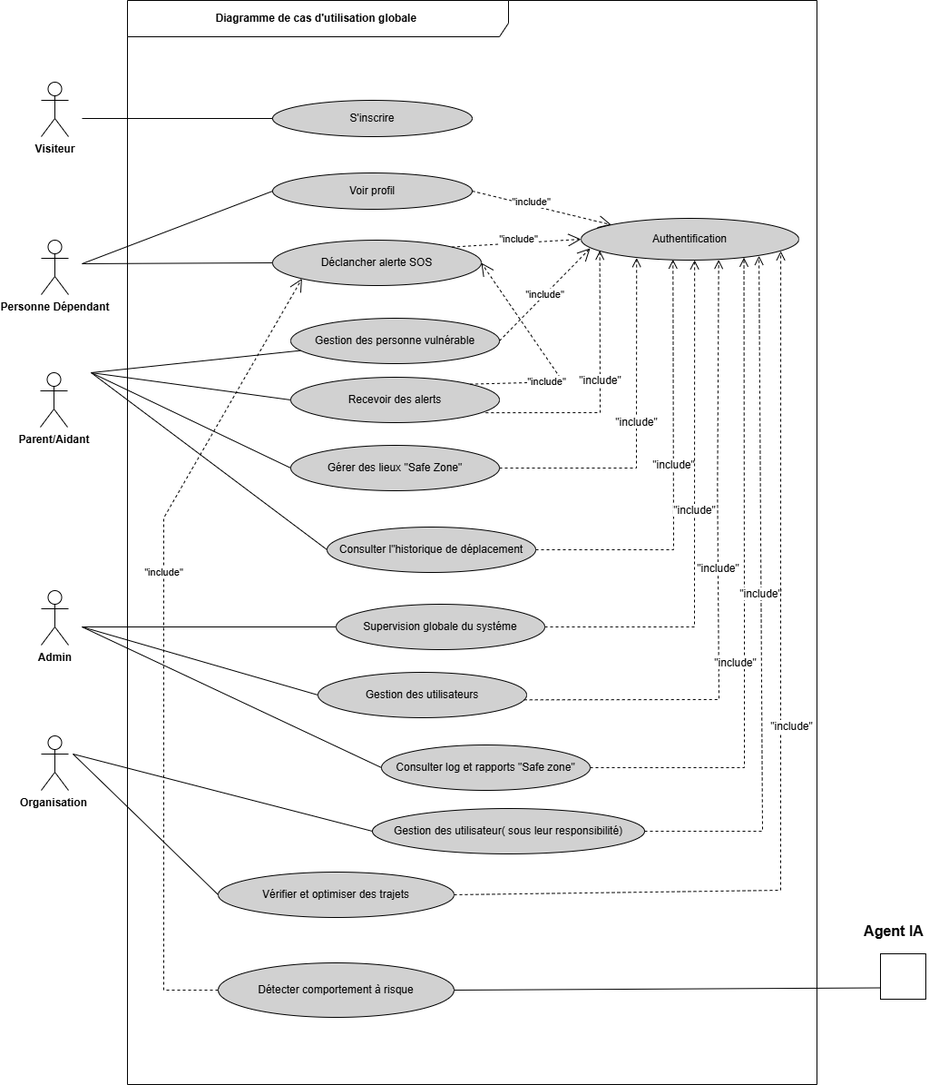
Hadil-fk/SafeTrack-rapport keeps this draw.io diagram as images/uc globale finale.png. Above is the earlier version. Source tidied: cells renumbered, new cells last; positions are measured from the earlier drawing's top-left corner, leaving out a move shared by most shapes.
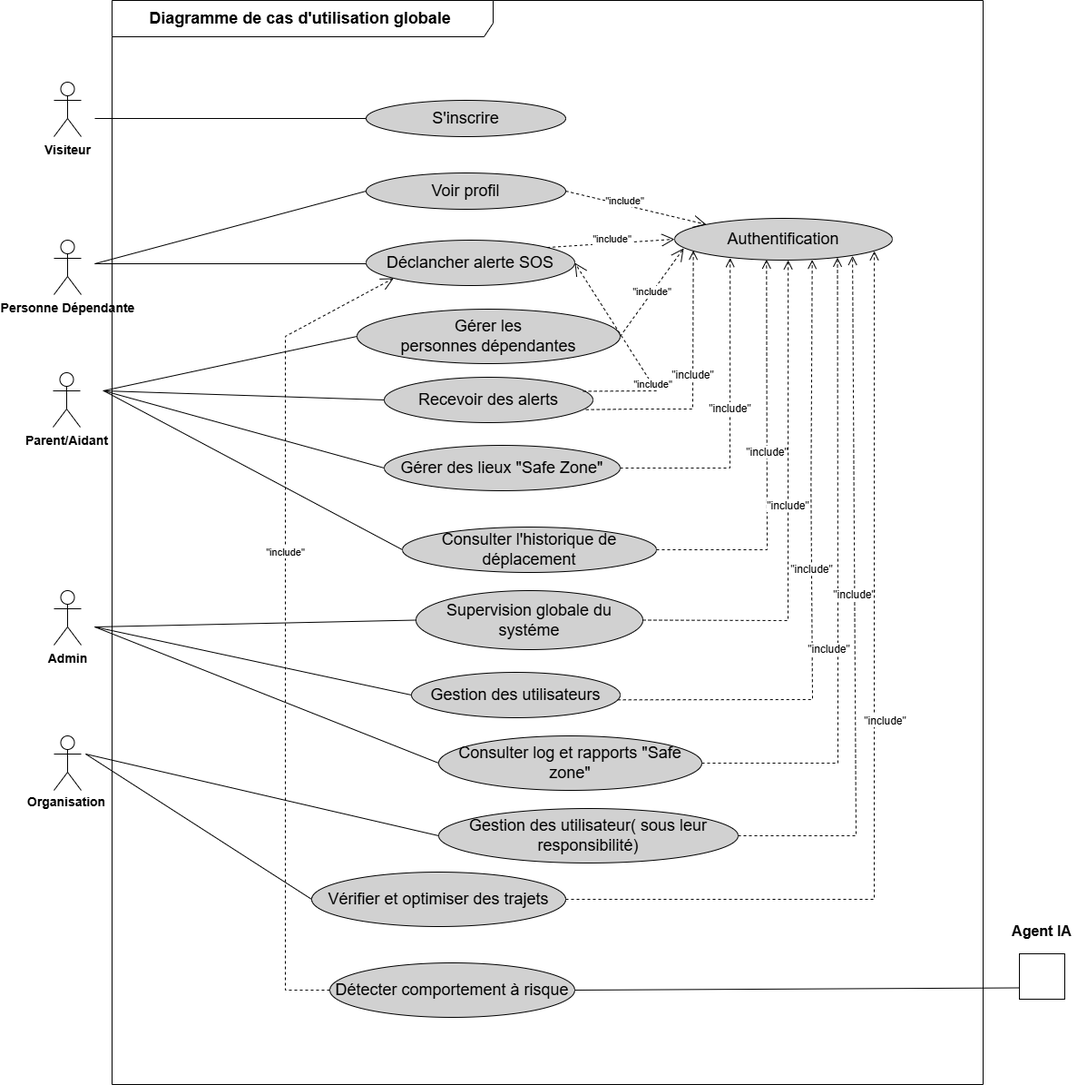
Later version of the same file.

Change to the diagram source:
```diff
@@ -4,19 +4,19 @@
     <mxCell id="1" parent="0" />
-    <mxCell id="2" value="&lt;b&gt;Diagramme de cas d'utilisation globale&amp;nbsp;&lt;/b&gt;" style="shape=umlFrame;whiteSpace=wrap;html=1;width=420;height=40;" parent="1" vertex="1">
-      <mxGeometry x="111" width="760" height="1194" as="geometry" />
+    <mxCell id="2" value="&lt;b&gt;&lt;font style=&quot;font-size: 18px;&quot;&gt;Diagramme de cas d'utilisation globale&amp;nbsp;&lt;/font&gt;&lt;/b&gt;" style="shape=umlFrame;whiteSpace=wrap;html=1;width=420;height=40;" parent="1" vertex="1">
+      <mxGeometry x="111" width="960" height="1194" as="geometry" />
     </mxCell>
-    <mxCell id="3" value="&lt;b&gt;Personne Dépendant&lt;/b&gt;" style="shape=umlActor;verticalLabelPosition=bottom;verticalAlign=top;html=1;" parent="1" vertex="1">
-      <mxGeometry x="16" y="264" width="30" height="60" as="geometry" />
+    <mxCell id="3" value="&lt;b&gt;&lt;font style=&quot;font-size: 14px;&quot;&gt;Personne Dépendante&lt;/font&gt;&lt;/b&gt;" style="shape=umlActor;verticalLabelPosition=bottom;verticalAlign=top;html=1;" parent="1" vertex="1">
+      <mxGeometry x="47" y="264" width="30" height="60" as="geometry" />
     </mxCell>
-    <mxCell id="4" value="&lt;b&gt;Parent/Aidant&lt;/b&gt;" style="shape=umlActor;verticalLabelPosition=bottom;verticalAlign=top;html=1;" parent="1" vertex="1">
-      <mxGeometry x="15" y="410" width="30" height="60" as="geometry" />
+    <mxCell id="4" value="&lt;b&gt;&lt;font style=&quot;font-size: 14px;&quot;&gt;Parent/Aidant&lt;/font&gt;&lt;/b&gt;" style="shape=umlActor;verticalLabelPosition=bottom;verticalAlign=top;html=1;" parent="1" vertex="1">
+      <mxGeometry x="46" y="410" width="30" height="60" as="geometry" />
     </mxCell>
-    <mxCell id="5" value="&lt;b&gt;Admin&lt;/b&gt;" style="shape=umlActor;verticalLabelPosition=bottom;verticalAlign=top;html=1;" parent="1" vertex="1">
-      <mxGeometry x="16" y="650" width="30" height="60" as="geometry" />
+    <mxCell id="5" value="&lt;b&gt;&lt;font style=&quot;font-size: 14px;&quot;&gt;Admin&lt;/font&gt;&lt;/b&gt;" style="shape=umlActor;verticalLabelPosition=bottom;verticalAlign=top;html=1;" parent="1" vertex="1">
+      <mxGeometry x="47" y="650" width="30" height="60" as="geometry" />
     </mxCell>
-    <mxCell id="6" value="Voir profil" style="ellipse;whiteSpace=wrap;html=1;fillColor=#D1D1D1;" parent="1" vertex="1">
-      <mxGeometry x="271" y="190" width="220" height="40" as="geometry" />
+    <mxCell id="6" value="&lt;font style=&quot;font-size: 18px;&quot;&gt;Voir profil&lt;/font&gt;" style="ellipse;whiteSpace=wrap;html=1;fillColor=#D1D1D1;" parent="1" vertex="1">
+      <mxGeometry x="391" y="190" width="220" height="40" as="geometry" />
     </mxCell>
-    <mxCell id="7" value="Déclancher alerte SOS" style="ellipse;whiteSpace=wrap;html=1;fillColor=#D1D1D1;" parent="1" vertex="1">
-      <mxGeometry x="271" y="264" width="230" height="50" as="geometry" />
+    <mxCell id="7" value="&lt;font style=&quot;font-size: 18px;&quot;&gt;Déclancher alerte SOS&lt;/font&gt;" style="ellipse;whiteSpace=wrap;html=1;fillColor=#D1D1D1;" parent="1" vertex="1">
+      <mxGeometry x="391" y="264" width="230" height="50" as="geometry" />
     </mxCell>
@@ -24,12 +24,13 @@
       <mxGeometry relative="1" as="geometry">
-        <mxPoint x="61" y="290" as="sourcePoint" />
+        <mxPoint x="92" y="290" as="sourcePoint" />
       </mxGeometry>
     </mxCell>
-    <mxCell id="9" style="endArrow=none;html=1;rounded=0;entryX=0;entryY=0.5;entryDx=0;entryDy=0;" parent="1" edge="1" target="7">
+    <mxCell id="9" style="endArrow=none;html=1;rounded=0;" parent="1" edge="1">
       <mxGeometry relative="1" as="geometry">
-        <mxPoint x="61" y="290" as="sourcePoint" />
+        <mxPoint x="92" y="290" as="sourcePoint" />
+        <mxPoint x="391" y="290" as="targetPoint" />
       </mxGeometry>
     </mxCell>
-    <mxCell id="10" value="Authentification" style="ellipse;whiteSpace=wrap;html=1;fillColor=#D1D1D1;" parent="1" vertex="1">
-      <mxGeometry x="611" y="240" width="240" height="46" as="geometry" />
+    <mxCell id="10" value="&lt;font style=&quot;font-size: 18px;&quot;&gt;Authentification&lt;/font&gt;" style="ellipse;whiteSpace=wrap;html=1;fillColor=#D1D1D1;" parent="1" vertex="1">
+      <mxGeometry x="731" y="240" width="240" height="46" as="geometry" />
     </mxCell>
@@ -41,22 +42,23 @@
     </mxCell>
-    <mxCell id="13" value="Gestion des personne vulnérable" style="ellipse;whiteSpace=wrap;html=1;fillColor=#D1D1D1;" parent="1" vertex="1">
-      <mxGeometry x="291" y="350" width="230" height="50" as="geometry" />
+    <mxCell id="13" value="&lt;font style=&quot;font-size: 18px;&quot;&gt;Gérer les &lt;br&gt;personnes dépendantes&lt;/font&gt;" style="ellipse;whiteSpace=wrap;html=1;fillColor=#D1D1D1;" parent="1" vertex="1">
+      <mxGeometry x="381" y="340" width="290" height="60" as="geometry" />
     </mxCell>
-    <mxCell id="14" value="Recevoir des alerts" style="ellipse;whiteSpace=wrap;html=1;fillColor=#D1D1D1;" parent="1" vertex="1">
-      <mxGeometry x="291" y="415" width="230" height="50" as="geometry" />
+    <mxCell id="14" value="&lt;font style=&quot;font-size: 18px;&quot;&gt;Recevoir des alerts&lt;/font&gt;" style="ellipse;whiteSpace=wrap;html=1;fillColor=#D1D1D1;" parent="1" vertex="1">
+      <mxGeometry x="411" y="415" width="230" height="50" as="geometry" />
     </mxCell>
-    <mxCell id="15" value="Gérer des lieux &quot;Safe Zone&quot;" style="ellipse;whiteSpace=wrap;html=1;fillColor=#D1D1D1;" parent="1" vertex="1">
-      <mxGeometry x="291" y="490" width="230" height="50" as="geometry" />
+    <mxCell id="15" value="&lt;font style=&quot;font-size: 18px;&quot;&gt;Gérer des lieux &quot;Safe Zone&quot;&lt;/font&gt;" style="ellipse;whiteSpace=wrap;html=1;fillColor=#D1D1D1;" parent="1" vertex="1">
+      <mxGeometry x="411" y="490" width="260" height="50" as="geometry" />
     </mxCell>
-    <mxCell id="16" value="Consulter l&quot;historique de déplacement" style="ellipse;whiteSpace=wrap;html=1;fillColor=#D1D1D1;" parent="1" vertex="1">
-      <mxGeometry x="331" y="580" width="230" height="50" as="geometry" />
+    <mxCell id="16" value="&lt;font style=&quot;font-size: 18px;&quot;&gt;Consulter l'historique de déplacement&lt;/font&gt;" style="ellipse;whiteSpace=wrap;html=1;fillColor=#D1D1D1;" parent="1" vertex="1">
+      <mxGeometry x="431" y="580" width="280" height="50" as="geometry" />
     </mxCell>
-    <mxCell id="17" style="endArrow=none;html=1;rounded=0;" parent="1" edge="1" target="13">
+    <mxCell id="17" style="endArrow=none;html=1;rounded=0;entryX=0;entryY=0.5;entryDx=0;entryDy=0;" parent="1" edge="1" target="13">
       <mxGeometry relative="1" as="geometry">
-        <mxPoint x="71" y="410" as="sourcePoint" />
+        <mxPoint x="101" y="430" as="sourcePoint" />
       </mxGeometry>
     </mxCell>
-    <mxCell id="18" style="endArrow=none;html=1;rounded=0;entryX=0;entryY=0.5;entryDx=0;entryDy=0;" parent="1" edge="1" target="14">
+    <mxCell id="18" style="endArrow=none;html=1;rounded=0;" parent="1" edge="1">
       <mxGeometry relative="1" as="geometry">
-        <mxPoint x="71" y="410" as="sourcePoint" />
+        <mxPoint x="102" y="430" as="sourcePoint" />
+        <mxPoint x="411" y="440" as="targetPoint" />
       </mxGeometry>
@@ -65,3 +67,3 @@
       <mxGeometry relative="1" as="geometry">
-        <mxPoint x="71" y="410" as="sourcePoint" />
+        <mxPoint x="102" y="430" as="sourcePoint" />
       </mxGeometry>
@@ -70,19 +72,19 @@
       <mxGeometry relative="1" as="geometry">
-        <mxPoint x="71" y="410" as="sourcePoint" />
+        <mxPoint x="102" y="430" as="sourcePoint" />
       </mxGeometry>
     </mxCell>
-    <mxCell id="21" value="Supervision globale du systéme" style="ellipse;whiteSpace=wrap;html=1;fillColor=#D1D1D1;" parent="1" vertex="1">
-      <mxGeometry x="341" y="665" width="230" height="50" as="geometry" />
+    <mxCell id="21" value="&lt;font style=&quot;font-size: 18px;&quot;&gt;Supervision globale du systéme&lt;/font&gt;" style="ellipse;whiteSpace=wrap;html=1;fillColor=#D1D1D1;" parent="1" vertex="1">
+      <mxGeometry x="446" y="650" width="250" height="65" as="geometry" />
     </mxCell>
-    <mxCell id="22" value="Gestion des utilisateurs" style="ellipse;whiteSpace=wrap;html=1;fillColor=#D1D1D1;" parent="1" vertex="1">
-      <mxGeometry x="321" y="740" width="230" height="50" as="geometry" />
+    <mxCell id="22" value="&lt;font style=&quot;font-size: 18px;&quot;&gt;Gestion des utilisateurs&lt;/font&gt;" style="ellipse;whiteSpace=wrap;html=1;fillColor=#D1D1D1;" parent="1" vertex="1">
+      <mxGeometry x="441" y="740" width="230" height="50" as="geometry" />
     </mxCell>
-    <mxCell id="23" value="Consulter log et rapports &quot;Safe zone&quot;" style="ellipse;whiteSpace=wrap;html=1;fillColor=#D1D1D1;" parent="1" vertex="1">
-      <mxGeometry x="391" y="820" width="230" height="50" as="geometry" />
+    <mxCell id="23" value="&lt;font style=&quot;font-size: 18px;&quot;&gt;Consulter log et rapports &quot;Safe zone&quot;&lt;/font&gt;" style="ellipse;whiteSpace=wrap;html=1;fillColor=#D1D1D1;" parent="1" vertex="1">
+      <mxGeometry x="471" y="810" width="290" height="60" as="geometry" />
     </mxCell>
-    <mxCell id="24" value="Gestion des utilisateur( sous leur responsibilité)" style="ellipse;whiteSpace=wrap;html=1;fillColor=#D1D1D1;" parent="1" vertex="1">
-      <mxGeometry x="381" y="890" width="300" height="50" as="geometry" />
+    <mxCell id="24" value="&lt;font style=&quot;font-size: 18px;&quot;&gt;Gestion des utilisateur( sous leur responsibilité)&lt;/font&gt;" style="ellipse;whiteSpace=wrap;html=1;fillColor=#D1D1D1;" parent="1" vertex="1">
+      <mxGeometry x="471" y="890" width="330" height="60" as="geometry" />
     </mxCell>
-    <mxCell id="25" value="Vérifier et optimiser des trajets" style="ellipse;whiteSpace=wrap;html=1;fillColor=#D1D1D1;" parent="1" vertex="1">
-      <mxGeometry x="211" y="960" width="260" height="50" as="geometry" />
+    <mxCell id="25" value="&lt;font style=&quot;font-size: 18px;&quot;&gt;Vérifier et optimiser des trajets&lt;/font&gt;" style="ellipse;whiteSpace=wrap;html=1;fillColor=#D1D1D1;" parent="1" vertex="1">
+      <mxGeometry x="331" y="960" width="280" height="60" as="geometry" />
     </mxCell>
@@ -90,3 +92,3 @@
       <mxGeometry relative="1" as="geometry">
-        <mxPoint x="61" y="690" as="sourcePoint" />
+        <mxPoint x="92" y="690" as="sourcePoint" />
       </mxGeometry>
@@ -95,3 +97,3 @@
       <mxGeometry relative="1" as="geometry">
-        <mxPoint x="61" y="690" as="sourcePoint" />
+        <mxPoint x="92" y="690" as="sourcePoint" />
       </mxGeometry>
@@ -100,3 +102,3 @@
       <mxGeometry relative="1" as="geometry">
-        <mxPoint x="61" y="690" as="sourcePoint" />
+        <mxPoint x="92" y="690" as="sourcePoint" />
       </mxGeometry>
@@ -105,3 +107,3 @@
       <mxGeometry relative="1" as="geometry">
-        <mxPoint x="51" y="830" as="sourcePoint" />
+        <mxPoint x="82" y="830" as="sourcePoint" />
       </mxGeometry>
@@ -110,16 +112,16 @@
       <mxGeometry relative="1" as="geometry">
-        <mxPoint x="51" y="830" as="sourcePoint" />
+        <mxPoint x="82" y="830" as="sourcePoint" />
       </mxGeometry>
     </mxCell>
-    <mxCell id="31" value="&lt;font style=&quot;font-size: 12px;&quot;&gt;&lt;b&gt;Organisation&lt;/b&gt;&lt;/font&gt;" style="text;html=1;whiteSpace=wrap;strokeColor=none;fillColor=none;align=center;verticalAlign=middle;rounded=0;fontSize=16;" parent="1" vertex="1">
-      <mxGeometry y="867" width="60" height="30" as="geometry" />
+    <mxCell id="31" value="&lt;font style=&quot;font-size: 14px;&quot;&gt;&lt;b style=&quot;&quot;&gt;Organisation&lt;/b&gt;&lt;/font&gt;" style="text;html=1;whiteSpace=wrap;strokeColor=none;fillColor=none;align=center;verticalAlign=middle;rounded=0;fontSize=16;" parent="1" vertex="1">
+      <mxGeometry x="31" y="867" width="60" height="30" as="geometry" />
     </mxCell>
     <mxCell id="32" style="whiteSpace=wrap;html=1;" parent="1" vertex="1">
-      <mxGeometry x="941" y="1050" width="50" height="50" as="geometry" />
+      <mxGeometry x="1111" y="1050" width="50" height="50" as="geometry" />
     </mxCell>
     <mxCell id="33" value="&lt;b&gt;Agent IA&lt;/b&gt;" style="text;html=1;whiteSpace=wrap;strokeColor=none;fillColor=none;align=center;verticalAlign=middle;rounded=0;fontSize=16;" parent="1" vertex="1">
-      <mxGeometry x="906" y="1010" width="100" height="30" as="geometry" />
+      <mxGeometry x="1086" y="1010" width="100" height="30" as="geometry" />
     </mxCell>
-    <mxCell id="34" value="Détecter comportement à risque" style="ellipse;whiteSpace=wrap;html=1;fillColor=#D1D1D1;" parent="1" vertex="1">
-      <mxGeometry x="211" y="1060" width="260" height="60" as="geometry" />
+    <mxCell id="34" value="&lt;font style=&quot;font-size: 18px;&quot;&gt;Détecter comportement à risque&lt;/font&gt;" style="ellipse;whiteSpace=wrap;html=1;fillColor=#D1D1D1;" parent="1" vertex="1">
+      <mxGeometry x="351" y="1060" width="270" height="60" as="geometry" />
     </mxCell>
@@ -131,3 +133,3 @@
         <Array as="points">
-          <mxPoint x="672" y="515" />
+          <mxPoint x="792" y="515" />
         </Array>
@@ -135,6 +137,7 @@
     </mxCell>
-    <mxCell id="37" value="&quot;include&quot;" style="html=1;verticalAlign=bottom;endArrow=open;dashed=1;endSize=8;curved=0;rounded=0;fontSize=12;entryX=0.086;entryY=0.773;entryDx=0;entryDy=0;entryPerimeter=0;exitX=0.934;exitY=0.782;exitDx=0;exitDy=0;exitPerimeter=0;" parent="1" edge="1" source="14" target="10">
+    <mxCell id="37" value="&quot;include&quot;" style="html=1;verticalAlign=bottom;endArrow=open;dashed=1;endSize=8;curved=0;rounded=0;fontSize=12;entryX=0.086;entryY=0.773;entryDx=0;entryDy=0;entryPerimeter=0;exitX=0.966;exitY=0.714;exitDx=0;exitDy=0;exitPerimeter=0;" parent="1" edge="1" source="14" target="10">
       <mxGeometry relative="1" as="geometry">
         <Array as="points">
-          <mxPoint x="632" y="454" />
+          <mxPoint x="691" y="450" />
+          <mxPoint x="751" y="450" />
         </Array>
@@ -145,3 +148,3 @@
         <Array as="points">
-          <mxPoint x="713" y="605" />
+          <mxPoint x="833" y="605" />
         </Array>
@@ -151,5 +154,5 @@
       <mxGeometry relative="1" as="geometry">
-        <mxPoint x="736.1" y="286" as="targetPoint" />
+        <mxPoint x="856.1" y="286" as="targetPoint" />
         <Array as="points">
-          <mxPoint x="736" y="690" />
+          <mxPoint x="856" y="683" />
         </Array>
@@ -160,4 +163,4 @@
         <Array as="points">
-          <mxPoint x="763" y="770" />
-          <mxPoint x="761.4" y="540" />
+          <mxPoint x="883" y="770" />
+          <mxPoint x="881.4" y="540" />
         </Array>
@@ -168,4 +171,4 @@
         <Array as="points">
-          <mxPoint x="791" y="845" />
-          <mxPoint x="791" y="680" />
+          <mxPoint x="911" y="840" />
+          <mxPoint x="911" y="680" />
         </Array>
@@ -176,3 +179,3 @@
         <Array as="points">
-          <mxPoint x="811" y="915" />
+          <mxPoint x="931" y="920" />
         </Array>
@@ -183,4 +186,4 @@
         <Array as="points">
-          <mxPoint x="831" y="980" />
-          <mxPoint x="831" y="630" />
+          <mxPoint x="951" y="990" />
+          <mxPoint x="951" y="630" />
         </Array>
@@ -192,7 +195,9 @@
     </mxCell>
-    <mxCell id="45" value="&quot;include&quot;" style="endArrow=open;endSize=12;dashed=1;html=1;rounded=0;entryX=0;entryY=1;entryDx=0;entryDy=0;" parent="1" edge="1" source="34" target="7">
+    <mxCell id="45" value="&quot;include&quot;" style="endArrow=open;endSize=12;dashed=1;html=1;rounded=0;entryX=0;entryY=1;entryDx=0;entryDy=0;" parent="1" edge="1" target="7">
       <mxGeometry x="0.17" relative="1" as="geometry">
+        <mxPoint x="351" y="1090" as="sourcePoint" />
         <Array as="points">
-          <mxPoint x="151" y="1090" />
-          <mxPoint x="151" y="570" />
+          <mxPoint x="302" y="1090" />
+          <mxPoint x="302" y="570" />
+          <mxPoint x="302" y="370" />
         </Array>
@@ -203,6 +208,6 @@
     </mxCell>
-    <mxCell id="47" value="&quot;include&quot;" style="endArrow=open;endSize=12;dashed=1;html=1;rounded=0;exitX=1;exitY=0;exitDx=0;exitDy=0;entryX=1;entryY=0.5;entryDx=0;entryDy=0;" parent="1" edge="1" source="14" target="7">
-      <mxGeometry x="-0.36" relative="1" as="geometry">
+    <mxCell id="47" value="&quot;include&quot;" style="endArrow=open;endSize=12;dashed=1;html=1;rounded=0;exitX=0.953;exitY=0.309;exitDx=0;exitDy=0;entryX=1;entryY=0.5;entryDx=0;entryDy=0;exitPerimeter=0;" parent="1" edge="1" source="14" target="7">
+      <mxGeometry x="-0.28" relative="1" as="geometry">
         <Array as="points">
-          <mxPoint x="591" y="420" />
+          <mxPoint x="711" y="430" />
         </Array>
@@ -211,14 +216,15 @@
     <mxCell id="48" style="shape=umlActor;verticalLabelPosition=bottom;verticalAlign=top;html=1;" parent="1" vertex="1">
-      <mxGeometry x="16" y="810" width="30" height="60" as="geometry" />
+      <mxGeometry x="47" y="810" width="30" height="60" as="geometry" />
     </mxCell>
-    <mxCell id="49" value="&lt;b&gt;Visiteur&lt;/b&gt;" style="shape=umlActor;verticalLabelPosition=bottom;verticalAlign=top;html=1;" parent="1" vertex="1">
-      <mxGeometry x="16" y="90" width="30" height="60" as="geometry" />
+    <mxCell id="49" value="&lt;b&gt;&lt;font style=&quot;font-size: 14px;&quot;&gt;Visiteur&lt;/font&gt;&lt;/b&gt;" style="shape=umlActor;verticalLabelPosition=bottom;verticalAlign=top;html=1;" parent="1" vertex="1">
+      <mxGeometry x="47" y="90" width="30" height="60" as="geometry" />
     </mxCell>
-    <mxCell id="50" style="rounded=0;jettySize=auto;html=1;exitX=0;exitY=0.5;exitDx=0;exitDy=0;endArrow=none;endFill=0;" parent="1" edge="1" source="51">
+    <mxCell id="50" style="rounded=0;orthogonalLoop=1;jettySize=auto;html=1;exitX=0;exitY=0.5;exitDx=0;exitDy=0;endArrow=none;endFill=0;" parent="1" edge="1">
       <mxGeometry relative="1" as="geometry">
-        <mxPoint x="61" y="130" as="targetPoint" />
+        <mxPoint x="422" y="130" as="sourcePoint" />
+        <mxPoint x="92" y="130" as="targetPoint" />
       </mxGeometry>
     </mxCell>
-    <mxCell id="51" value="S'inscrire" style="ellipse;whiteSpace=wrap;html=1;fillColor=#D1D1D1;" parent="1" vertex="1">
-      <mxGeometry x="271" y="110" width="220" height="40" as="geometry" />
+    <mxCell id="51" value="&lt;font style=&quot;font-size: 18px;&quot;&gt;S'inscrire&lt;/font&gt;" style="ellipse;whiteSpace=wrap;html=1;fillColor=#D1D1D1;" parent="1" vertex="1">
+      <mxGeometry x="391" y="110" width="220" height="40" as="geometry" />
     </mxCell>
```
